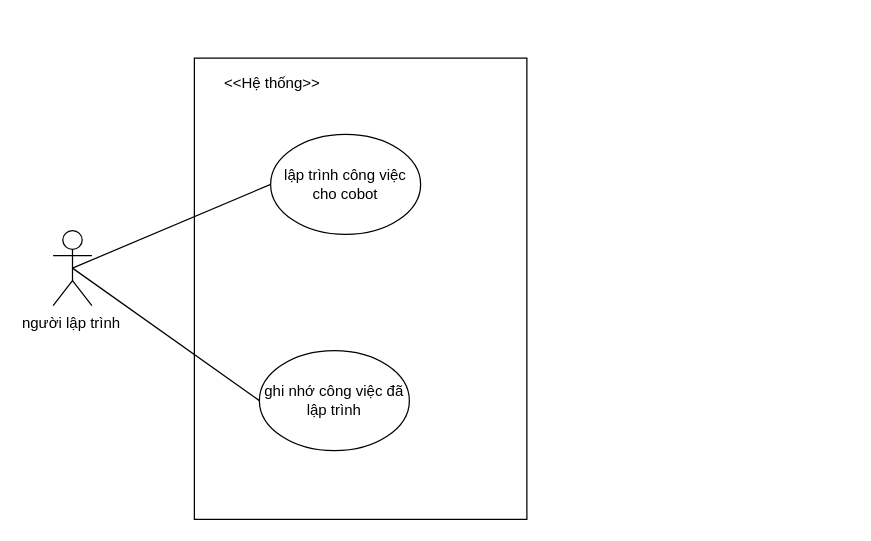
This is page "Page-1" (1 of 9) of user_diagram.drawio from LTDat-HustK65/GP_main_system, a draw.io file, before an edit. Source tidied: cells renumbered, new cells numbered last; positions are measured from the earlier drawing's top-left corner, leaving out a move shared by most shapes. Both pictures are drawn from the tidied source at 125%, with x=0, y=0 at pixel (52, 58).
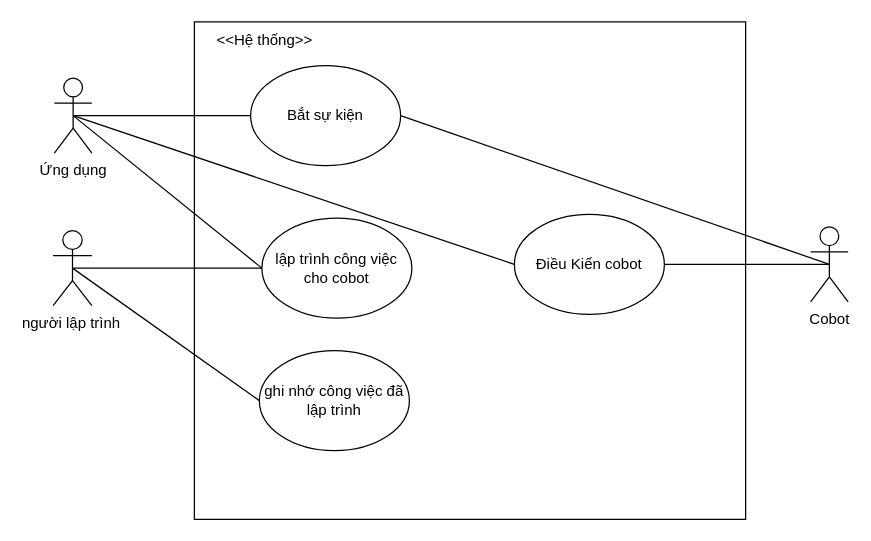
The same page after the edit.

Change to the diagram source:
```diff
@@
 <mxGraphModel>
   <root>
     <mxCell id="0" />
     <mxCell id="1" parent="0" />
     <mxCell id="2" value="người lập trình&amp;nbsp;" style="shape=umlActor;verticalLabelPosition=bottom;verticalAlign=top;html=1;outlineConnect=0;" parent="1" vertex="1">
       <mxGeometry y="138" width="31" height="60" as="geometry" />
     </mxCell>
     <mxCell id="3" style="rounded=0;whiteSpace=wrap;html=1;align=center;" parent="1" vertex="1">
-      <mxGeometry x="113" width="266" height="369" as="geometry" />
+      <mxGeometry x="113" y="-29" width="441" height="398" as="geometry" />
     </mxCell>
     <mxCell id="4" value="lập trình công việc cho cobot" style="ellipse;whiteSpace=wrap;html=1;" parent="1" vertex="1">
-      <mxGeometry x="174" y="61" width="120" height="80" as="geometry" />
+      <mxGeometry x="167" y="128" width="120" height="80" as="geometry" />
     </mxCell>
     <mxCell id="5" style="endArrow=none;html=1;rounded=0;exitX=0.5;exitY=0.5;exitDx=0;exitDy=0;exitPerimeter=0;entryX=0;entryY=0.5;entryDx=0;entryDy=0;" parent="1" edge="1" source="2" target="4">
       <mxGeometry relative="1" as="geometry" />
     </mxCell>
     <mxCell id="6" value="ghi nhớ công việc đã lập trình" style="ellipse;whiteSpace=wrap;html=1;" parent="1" vertex="1">
       <mxGeometry x="165" y="234" width="120" height="80" as="geometry" />
     </mxCell>
     <mxCell id="7" value="&amp;lt;&amp;lt;Hệ thống&amp;gt;&amp;gt;" style="text;html=1;align=center;verticalAlign=middle;whiteSpace=wrap;rounded=0;" parent="1" vertex="1">
-      <mxGeometry x="119" y="5" width="113" height="30" as="geometry" />
+      <mxGeometry x="113" y="-29" width="113" height="30" as="geometry" />
     </mxCell>
     <mxCell id="8" style="endArrow=none;html=1;rounded=0;entryX=0;entryY=0.5;entryDx=0;entryDy=0;exitX=0.5;exitY=0.5;exitDx=0;exitDy=0;exitPerimeter=0;" parent="1" edge="1" source="2" target="6">
       <mxGeometry relative="1" as="geometry" />
     </mxCell>
+    <mxCell id="9" value="Ứng dụng" style="shape=umlActor;verticalLabelPosition=bottom;verticalAlign=top;html=1;outlineConnect=0;" parent="1" vertex="1">
+      <mxGeometry x="1" y="16" width="30" height="60" as="geometry" />
+    </mxCell>
+    <mxCell id="10" value="Điều Kiển cobot" style="ellipse;whiteSpace=wrap;html=1;" parent="1" vertex="1">
+      <mxGeometry x="369" y="125" width="120" height="80" as="geometry" />
+    </mxCell>
+    <mxCell id="11" value="Cobot" style="shape=umlActor;verticalLabelPosition=bottom;verticalAlign=top;html=1;outlineConnect=0;" parent="1" vertex="1">
+      <mxGeometry x="606" y="135" width="30" height="60" as="geometry" />
+    </mxCell>
+    <mxCell id="12" value="Bắt sự kiện" style="ellipse;whiteSpace=wrap;html=1;" parent="1" vertex="1">
+      <mxGeometry x="158" y="6" width="120" height="80" as="geometry" />
+    </mxCell>
+    <mxCell id="13" style="endArrow=none;html=1;rounded=0;exitX=0.5;exitY=0.5;exitDx=0;exitDy=0;exitPerimeter=0;entryX=0;entryY=0.5;entryDx=0;entryDy=0;" parent="1" edge="1" source="9" target="12">
+      <mxGeometry relative="1" as="geometry" />
+    </mxCell>
+    <mxCell id="14" style="endArrow=none;html=1;rounded=0;entryX=0;entryY=0.5;entryDx=0;entryDy=0;exitX=0.5;exitY=0.5;exitDx=0;exitDy=0;exitPerimeter=0;" parent="1" edge="1" source="9" target="4">
+      <mxGeometry relative="1" as="geometry" />
+    </mxCell>
+    <mxCell id="15" style="endArrow=none;html=1;rounded=0;entryX=0.5;entryY=0.5;entryDx=0;entryDy=0;entryPerimeter=0;exitX=1;exitY=0.5;exitDx=0;exitDy=0;" parent="1" edge="1" source="10" target="11">
+      <mxGeometry relative="1" as="geometry" />
+    </mxCell>
+    <mxCell id="16" style="endArrow=none;html=1;rounded=0;exitX=0.5;exitY=0.5;exitDx=0;exitDy=0;exitPerimeter=0;entryX=0;entryY=0.5;entryDx=0;entryDy=0;" parent="1" edge="1" source="9" target="10">
+      <mxGeometry relative="1" as="geometry" />
+    </mxCell>
+    <mxCell id="17" style="endArrow=none;html=1;rounded=0;exitX=1;exitY=0.5;exitDx=0;exitDy=0;entryX=0.5;entryY=0.5;entryDx=0;entryDy=0;entryPerimeter=0;" parent="1" edge="1" source="12" target="11">
+      <mxGeometry relative="1" as="geometry" />
+    </mxCell>
   </root>
 </mxGraphModel>
```
